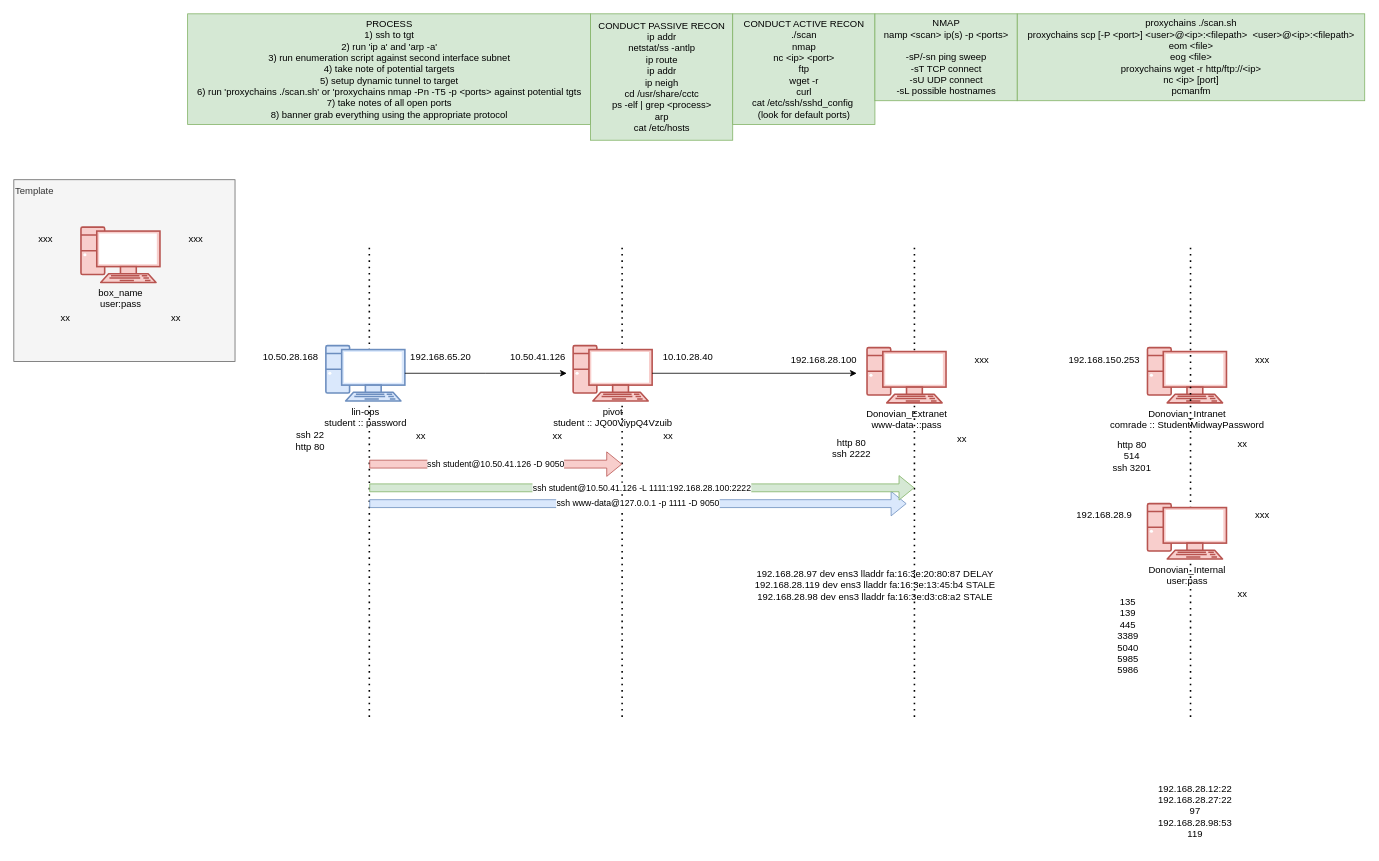
The draw.io diagram CCTC/SEC/Day_8/Post/DPE.drawio in wifi96h/new, before the edit. Source tidied: cells renumbered, new cells numbered last; positions are measured from the earlier drawing's top-left corner, leaving out a move shared by most shapes. Both pictures are drawn from the tidied source at 79%, with x=0, y=0 at pixel (13, 13).
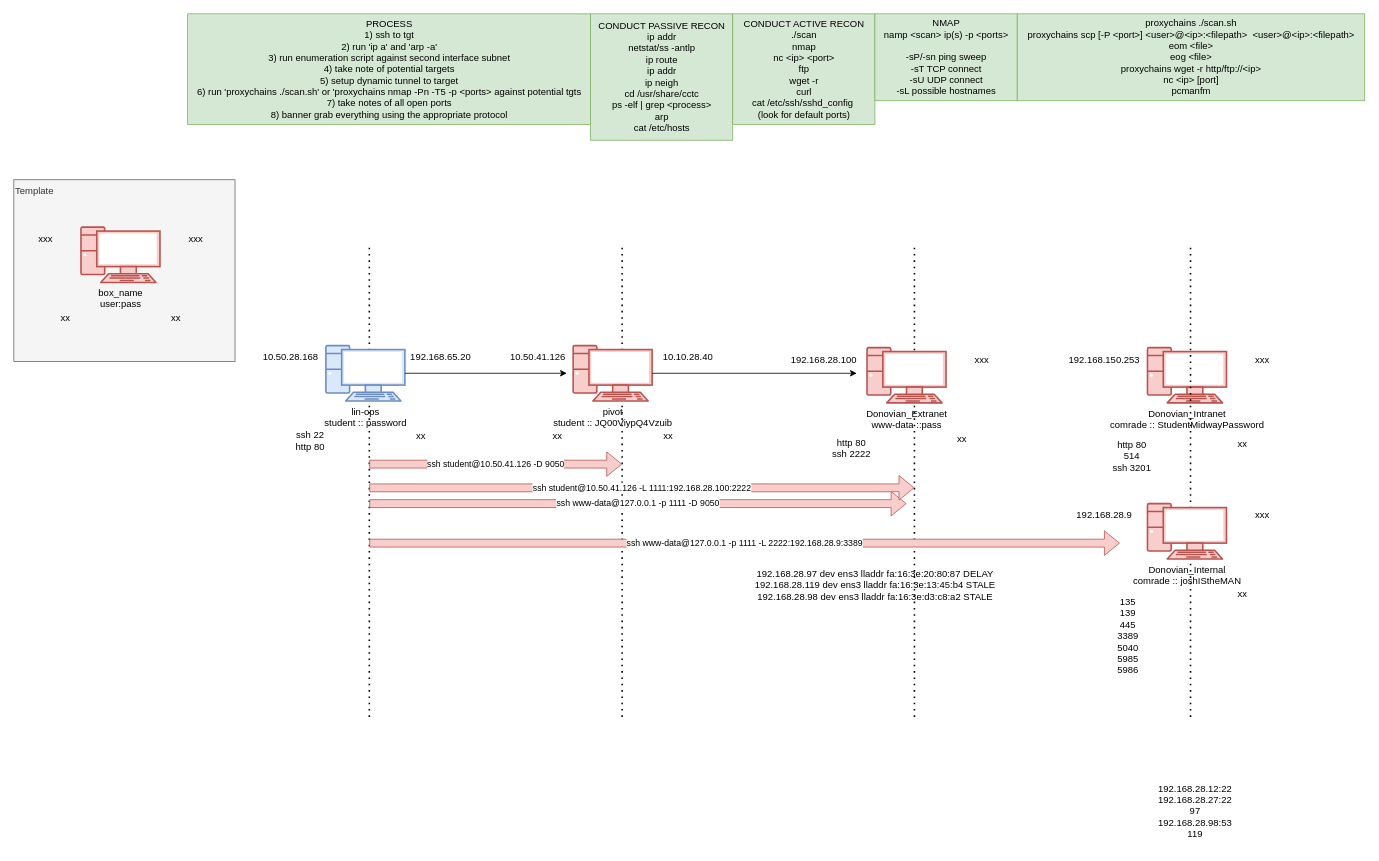
The same page after the edit.

The change refers to these unchanged cells:
```xml
<mxCell id="50" style="group;" parent="48" vertex="1">
  <mxGeometry x="35" width="225" height="150" as="geometry" />
</mxCell>
```

What changed in the source:
```diff
@@
-    <mxCell id="51" value="Donovian_Internal&lt;div&gt;user:pass&lt;/div&gt;" style="verticalAlign=top;verticalLabelPosition=bottom;labelPosition=center;align=center;html=1;fillColor=#f8cecc;strokeColor=#b85450;gradientDirection=north;strokeWidth=2;shape=mxgraph.networks.pc;" parent="50" vertex="1">
+    <mxCell id="51" value="Donovian_Internal&lt;div&gt;comrade :: joshIStheMAN&lt;/div&gt;" style="verticalAlign=top;verticalLabelPosition=bottom;labelPosition=center;align=center;html=1;fillColor=#f8cecc;strokeColor=#b85450;gradientDirection=north;strokeWidth=2;shape=mxgraph.networks.pc;" parent="50" vertex="1">
       <mxGeometry x="35" width="100" height="70" as="geometry" />
     </mxCell>
@@
-    <mxCell id="56" value="ssh www-data@127.0.0.1 -p 1111 -D 9050" style="shape=flexArrow;endArrow=classic;html=1;rounded=0;fillColor=#dae8fc;strokeColor=#6c8ebf;" parent="1" edge="1">
+    <mxCell id="56" value="ssh www-data@127.0.0.1 -p 1111 -D 9050" style="shape=flexArrow;endArrow=classic;html=1;rounded=0;fillColor=#f8cecc;strokeColor=#b85450;" parent="1" edge="1">
       <mxGeometry relative="1" as="geometry">
         <mxPoint x="450" y="620" as="sourcePoint" />
         <mxPoint x="1130" y="620" as="targetPoint" />
       </mxGeometry>
     </mxCell>
-    <mxCell id="57" value="ssh student@10.50.41.126 -L 1111:192.168.28.100:2222" style="shape=flexArrow;endArrow=classic;html=1;rounded=0;fillColor=#d5e8d4;strokeColor=#82b366;" parent="1" edge="1">
+    <mxCell id="57" value="ssh student@10.50.41.126 -L 1111:192.168.28.100:2222" style="shape=flexArrow;endArrow=classic;html=1;rounded=0;fillColor=#f8cecc;strokeColor=#b85450;" parent="1" edge="1">
       <mxGeometry relative="1" as="geometry">
         <mxPoint x="450" y="600" as="sourcePoint" />
         <mxPoint x="1140" y="600" as="targetPoint" />
       </mxGeometry>
     </mxCell>
@@
+    <mxCell id="61" value="ssh www-data@127.0.0.1 -p 1111 -L 2222:192.168.28.9:3389" style="shape=flexArrow;endArrow=classic;html=1;rounded=0;fillColor=#f8cecc;strokeColor=#b85450;" parent="1" edge="1">
+      <mxGeometry relative="1" as="geometry">
+        <mxPoint x="450" y="670" as="sourcePoint" />
+        <mxPoint x="1400" y="670" as="targetPoint" />
+      </mxGeometry>
+    </mxCell>
```
